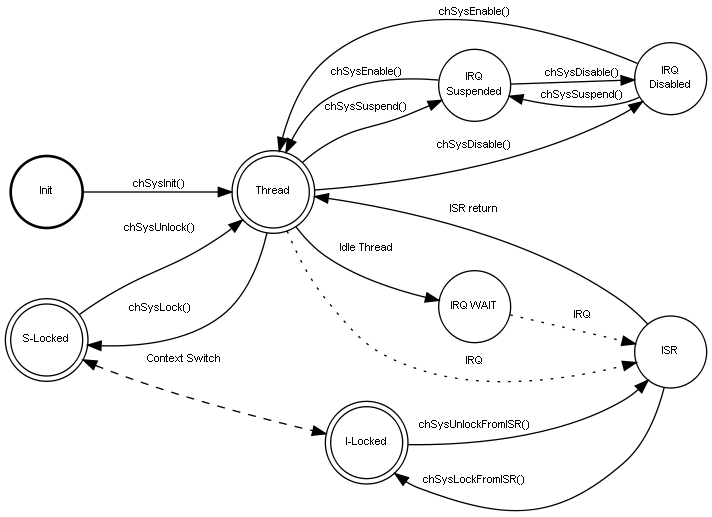
ArduPilot/ChibiOS.svn keeps this Graphviz diagram as book/system_states1.png. Above is the earlier version. Its source is kept beside it as book/system_states1.dot.
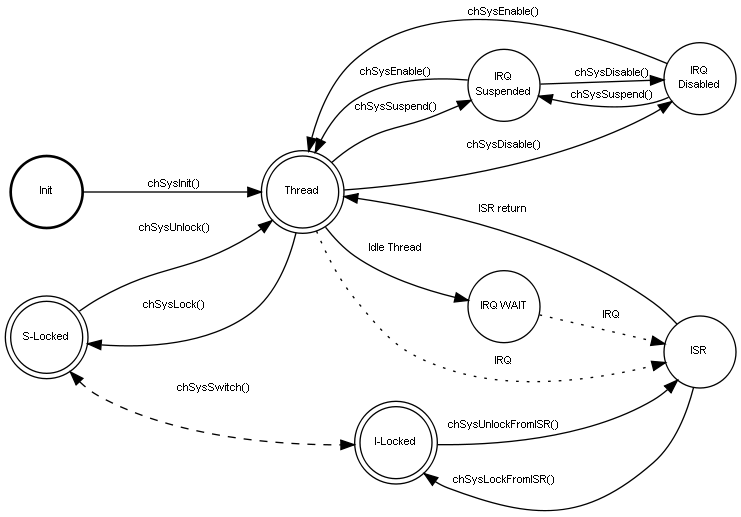
Above is the later version.

Commit message:
git-svn-id: svn+ssh://svn.osdn.net/svnroot/chibios/branches/artwork@7261 27425a3e-05d8-49a3-a47f-9c15f0e5edd8

Change to the diagram source:
```diff
@@ -23,7 +23,7 @@
     susp -> thread [label="chSysEnable()"];
     disab -> thread [label="chSysEnable()"];
     disab -> susp [label="chSysSuspend()"];
-    slock -> ilock [label="                Context Switch", dir=both, style="dashed"];
+    slock -> ilock [label="                          \n                          \n                          chSysSwitch()", dir=both, style="dashed"];
     thread -> isr [label="IRQ", style="dotted"];
     isr -> thread [label="ISR return", fontname=Helvetica, fontsize=8];
     isr -> ilock [label="chSysLockFromISR()", constraint=false];
```
